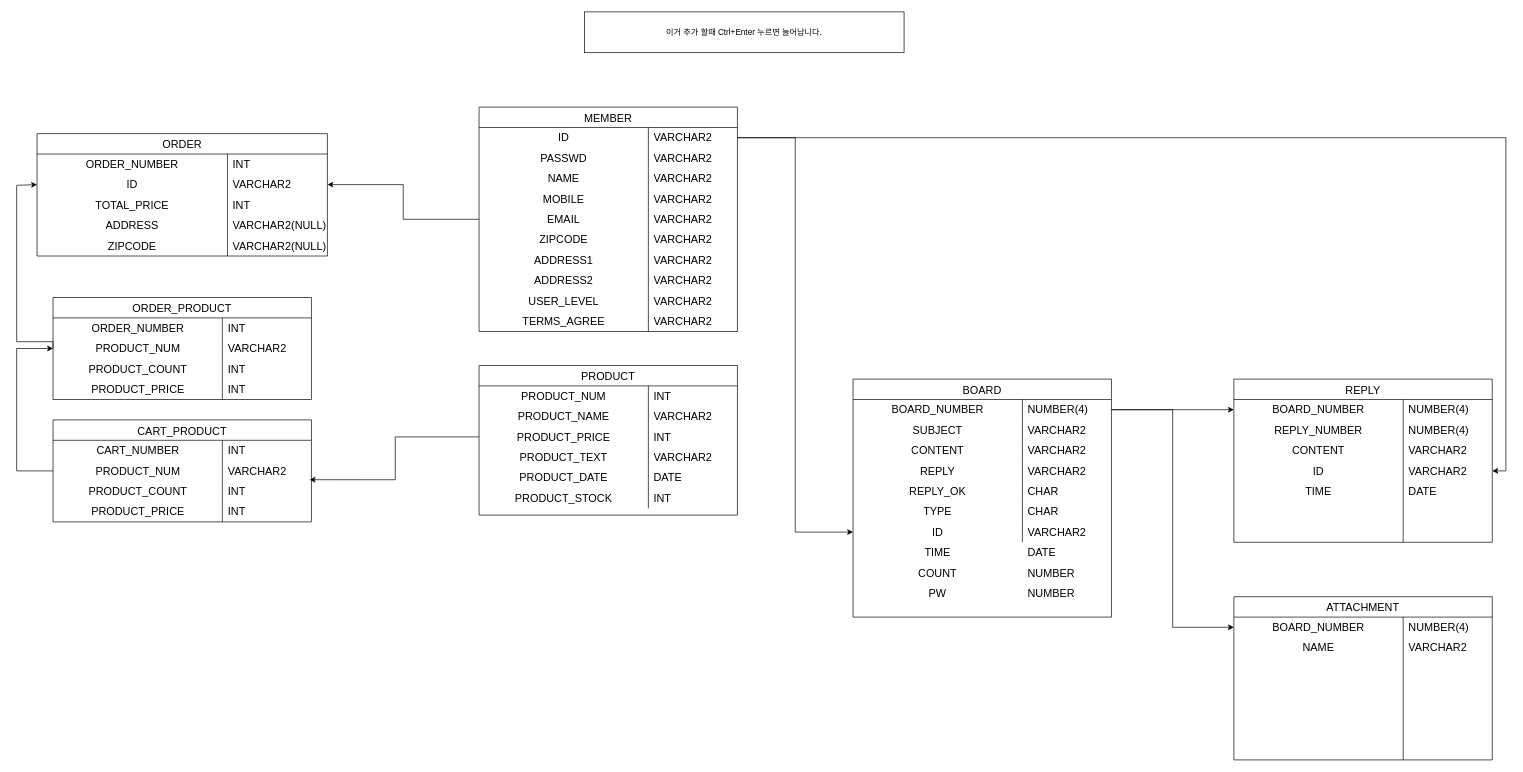
Above: 제목 없는 다이어그램.drawio in Rookies13/Senanam (draw.io), before the change. Source tidied: cells renumbered, new cells numbered last; positions are measured from the earlier drawing's top-left corner, leaving out a move shared by most shapes. Both pictures are drawn from the tidied source at 68%, with x=0, y=0 at pixel (16, 12).
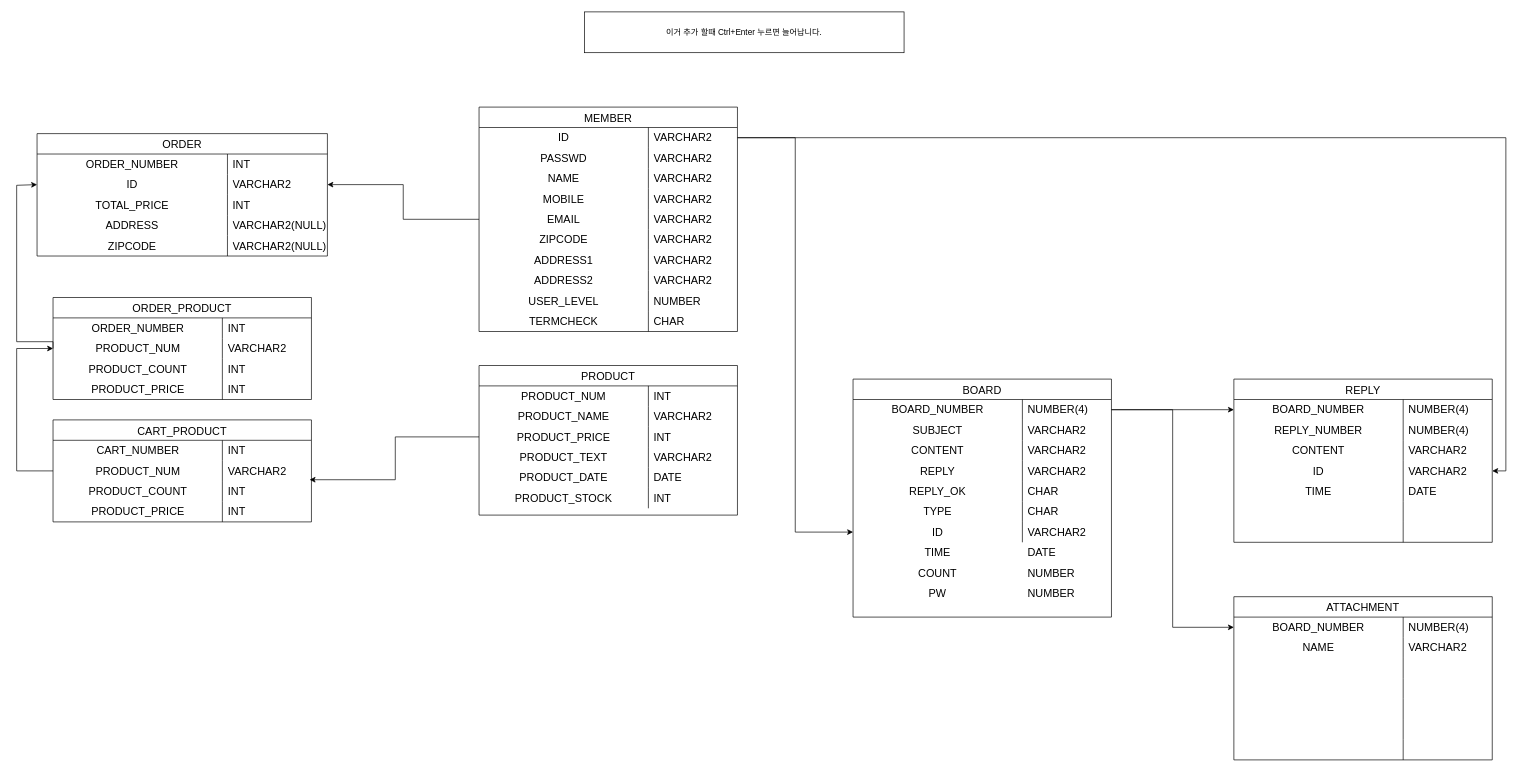
Above is the later version.

Commit message:
제목 없는 다이어그램.drawio 업데이트

The change refers to these unchanged cells:
```xml
<mxCell id="27" style="shape=tableRow;horizontal=0;startSize=0;swimlaneHead=0;swimlaneBody=0;top=0;left=0;bottom=0;right=0;fillColor=none;strokeColor=inherit;fontSize=16;" parent="2" vertex="1">
  <mxGeometry y="270" width="380" height="30" as="geometry" />
</mxCell>
<mxCell id="30" style="shape=tableRow;horizontal=0;startSize=0;swimlaneHead=0;swimlaneBody=0;top=0;left=0;bottom=0;right=0;fillColor=none;strokeColor=inherit;fontSize=16;" parent="2" vertex="1">
  <mxGeometry y="300" width="380" height="30" as="geometry" />
</mxCell>
```

Diff of the diagram source:
```diff
@@
-    <mxCell id="29" value="VARCHAR2" style="shape=partialRectangle;html=1;whiteSpace=wrap;fillColor=none;top=0;left=0;bottom=0;right=0;align=left;spacingLeft=6;overflow=hidden;strokeColor=inherit;fontSize=16;" parent="27" vertex="1">
+    <mxCell id="29" value="NUMBER" style="shape=partialRectangle;html=1;whiteSpace=wrap;fillColor=none;top=0;left=0;bottom=0;right=0;align=left;spacingLeft=6;overflow=hidden;strokeColor=inherit;fontSize=16;" parent="27" vertex="1">
       <mxGeometry x="249" width="131" height="30" as="geometry" />
     </mxCell>
@@
-    <mxCell id="31" value="TERMS_AGREE" style="shape=partialRectangle;html=1;whiteSpace=wrap;fillColor=none;top=0;left=0;bottom=0;right=0;overflow=hidden;strokeColor=inherit;fontSize=16;" parent="30" vertex="1">
+    <mxCell id="31" value="TERMCHECK" style="shape=partialRectangle;html=1;whiteSpace=wrap;fillColor=none;top=0;left=0;bottom=0;right=0;overflow=hidden;strokeColor=inherit;fontSize=16;" parent="30" vertex="1">
       <mxGeometry width="249" height="30" as="geometry" />
     </mxCell>
-    <mxCell id="32" value="VARCHAR2" style="shape=partialRectangle;html=1;whiteSpace=wrap;fillColor=none;top=0;left=0;bottom=0;right=0;align=left;spacingLeft=6;overflow=hidden;strokeColor=inherit;fontSize=16;" parent="30" vertex="1">
+    <mxCell id="32" value="CHAR" style="shape=partialRectangle;html=1;whiteSpace=wrap;fillColor=none;top=0;left=0;bottom=0;right=0;align=left;spacingLeft=6;overflow=hidden;strokeColor=inherit;fontSize=16;" parent="30" vertex="1">
       <mxGeometry x="249" width="131" height="30" as="geometry" />
     </mxCell>
```
